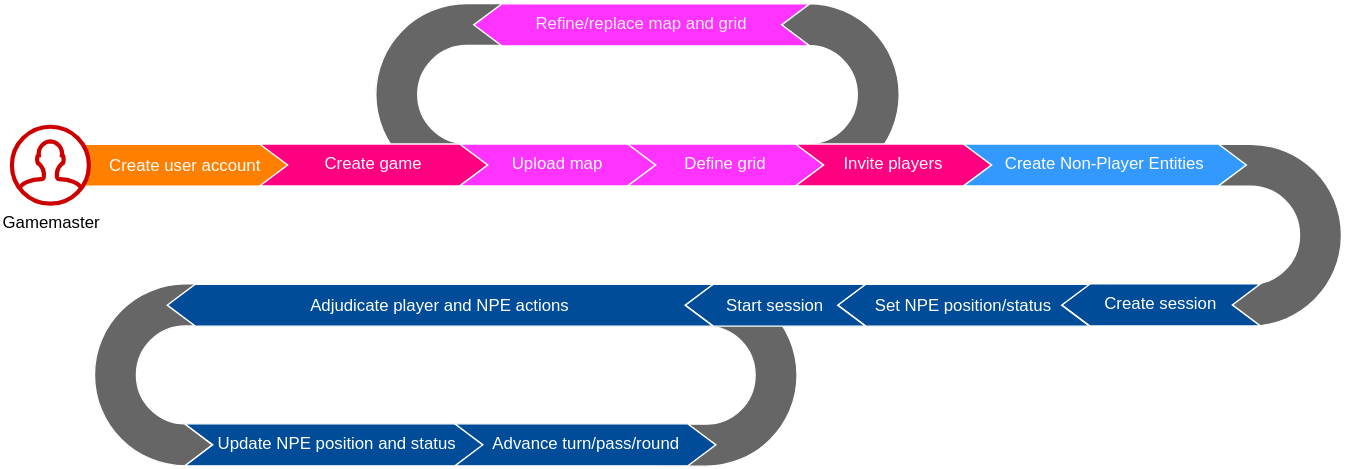
The draw.io diagram packages/docs/assets/gm-journey.drawio.svg in adamfitzpatrick/grid-wolf, before a commit. Source tidied: cells renumbered, new cells last; positions are measured from the earlier drawing's top-left corner, leaving out a move shared by most shapes.
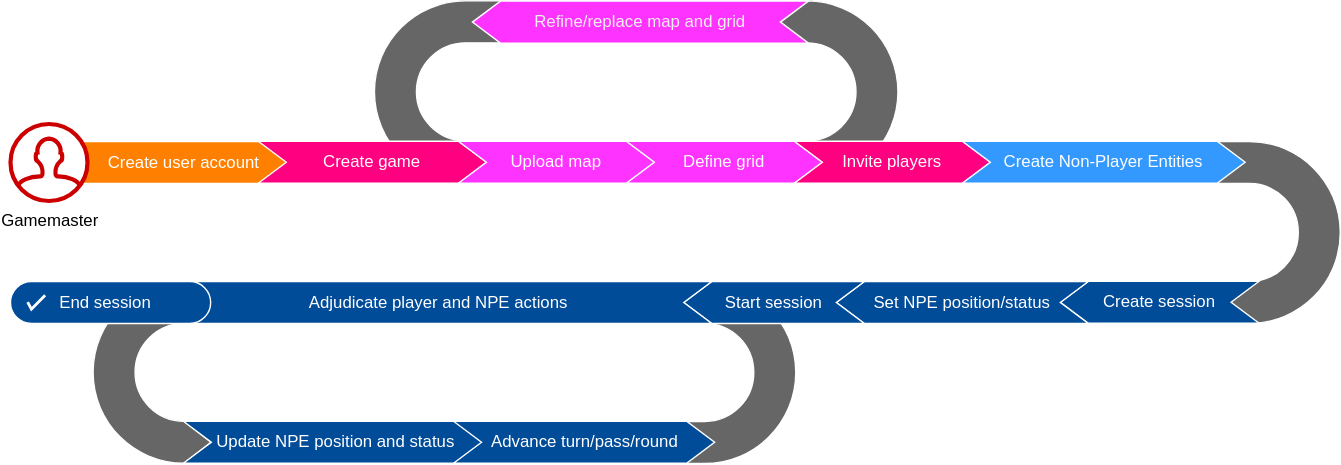
Later version of the same file.

Commit message:
Add player journey and HLD

Diff of the diagram source:
```diff
@@ -2,9 +2,6 @@
   <root>
     <mxCell id="0" />
     <mxCell id="1" parent="0" />
-    <mxCell id="2" style="rounded=0;whiteSpace=wrap;html=1;strokeColor=none;fillColor=#FFFFFF;" parent="1" vertex="1">
-      <mxGeometry width="960" height="334" as="geometry" />
-    </mxCell>
     <mxCell id="3" style="html=1;shadow=0;dashed=0;align=center;verticalAlign=middle;shape=mxgraph.arrows2.uTurnArrow;dy=15;arrowHead=30;dx2=19.3;strokeColor=#FFFFFF;strokeWidth=1;fillColor=#666666;flipV=0;flipH=1;" parent="1" vertex="1">
       <mxGeometry x="469" y="202.5" width="100" height="130" as="geometry" />
     </mxCell>
@@ -51,16 +48,25 @@
       <mxGeometry x="489" y="202.5" width="129" height="30" as="geometry" />
     </mxCell>
     <mxCell id="18" style="html=1;shadow=0;dashed=0;align=center;verticalAlign=middle;shape=mxgraph.arrows2.uTurnArrow;dy=15;arrowHead=30;dx2=19.3;strokeColor=#FFFFFF;strokeWidth=1;fillColor=#666666;flipV=1;flipH=0;" parent="1" vertex="1">
-      <mxGeometry x="67" y="202.3" width="105" height="130" as="geometry" />
+      <mxGeometry x="67" y="202.5" width="105" height="129.8" as="geometry" />
     </mxCell>
-    <mxCell id="19" value="Adjudicate player and NPE actions" style="shape=step;perimeter=stepPerimeter;whiteSpace=wrap;html=1;fixedSize=1;fillColor=#004C99;fontColor=#ffffff;strokeColor=#FFFFFF;flipH=1;strokeWidth=1;" parent="1" vertex="1">
-      <mxGeometry x="119" y="202.5" width="390" height="30" as="geometry" />
-    </mxCell>
     <mxCell id="20" value="Update NPE position and status" style="shape=step;perimeter=stepPerimeter;whiteSpace=wrap;html=1;fixedSize=1;fillColor=#004C99;fontColor=#ffffff;strokeColor=#FFFFFF;flipH=0;strokeWidth=1;" parent="1" vertex="1">
       <mxGeometry x="131.5" y="302.3" width="216.5" height="30" as="geometry" />
     </mxCell>
     <mxCell id="21" value="Advance turn/pass/round" style="shape=step;perimeter=stepPerimeter;whiteSpace=wrap;html=1;fixedSize=1;fillColor=#004C99;fontColor=#ffffff;strokeColor=#FFFFFF;flipH=0;strokeWidth=1;" parent="1" vertex="1">
       <mxGeometry x="324.5" y="302.3" width="186.5" height="30" as="geometry" />
     </mxCell>
+    <mxCell id="19" value="Adjudicate player and NPE actions" style="shape=step;perimeter=stepPerimeter;whiteSpace=wrap;html=1;fixedSize=1;fillColor=#004C99;fontColor=#ffffff;strokeColor=#FFFFFF;flipH=1;strokeWidth=1;" parent="1" vertex="1">
+      <mxGeometry x="119" y="202.5" width="390" height="30" as="geometry" />
+    </mxCell>
+    <mxCell id="22" style="group;" parent="1" vertex="1">
+      <mxGeometry x="8" y="202.5" width="143" height="30" as="geometry" />
+    </mxCell>
+    <mxCell id="23" value="End session" style="rounded=1;whiteSpace=wrap;html=1;fillColor=#004c99;arcSize=50;align=center;fontColor=#FFFFFF;spacingRight=7;strokeColor=#FFFFFF;" parent="22" vertex="1">
+      <mxGeometry width="143" height="30" as="geometry" />
+    </mxCell>
+    <mxCell id="24" style="html=1;verticalLabelPosition=bottom;labelBackgroundColor=#ffffff;verticalAlign=top;shadow=0;dashed=0;strokeWidth=2;shape=mxgraph.ios7.misc.check;strokeColor=#FFFFFF;fillColor=#FFFFFF;" parent="22" vertex="1">
+      <mxGeometry x="12.2" y="9.8" width="12.5" height="10" as="geometry" />
+    </mxCell>
   </root>
 </mxGraphModel>
```
